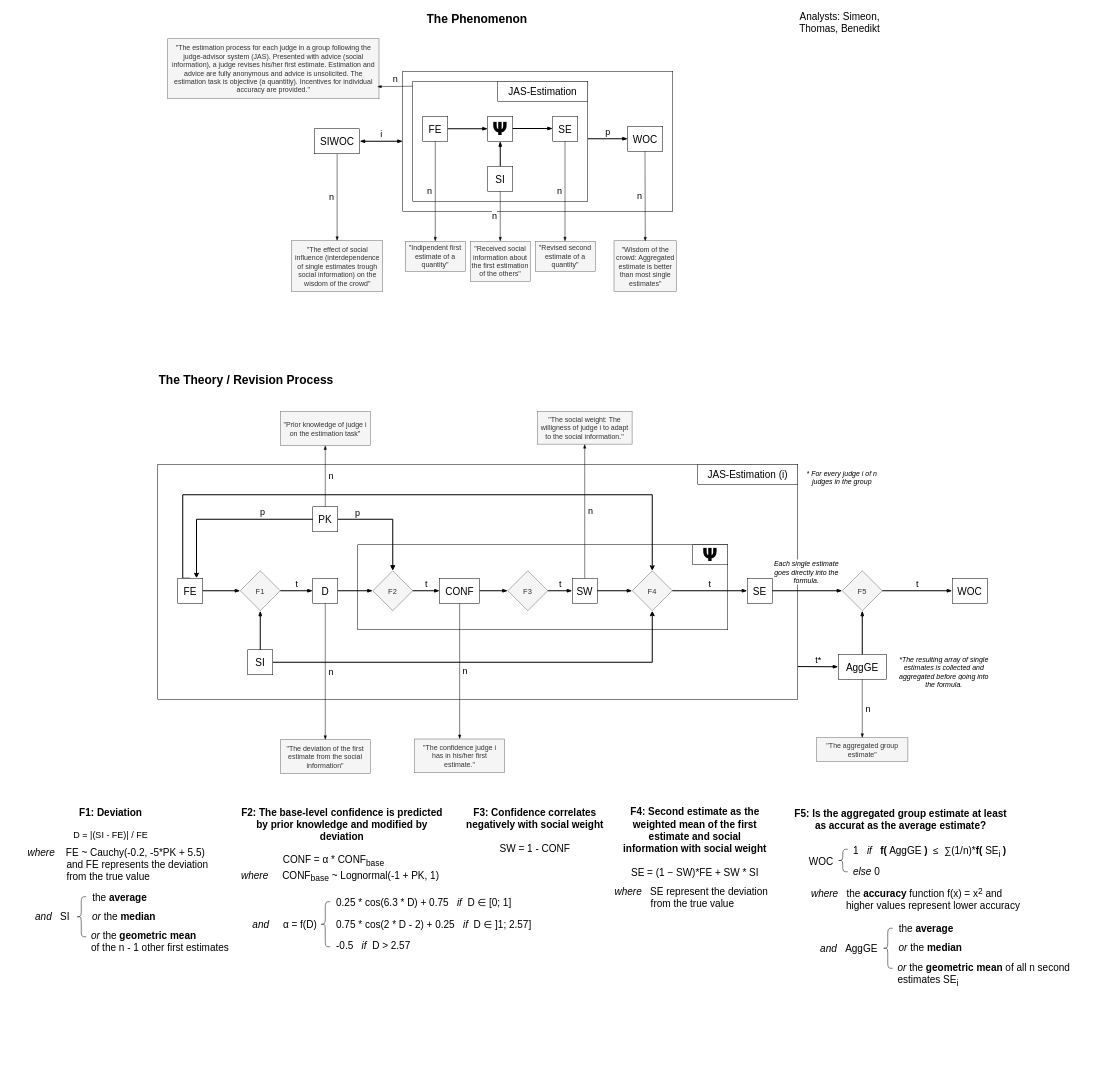
Above: VAST_Display.drawio in Cornflames/Wisdom-of-Crowd (draw.io), before the change. Source tidied: cells renumbered, new cells numbered last; positions are measured from the earlier drawing's top-left corner, leaving out a move shared by most shapes. Both pictures are drawn from the tidied source at 50%, with x=0, y=0 at pixel (8, 8).
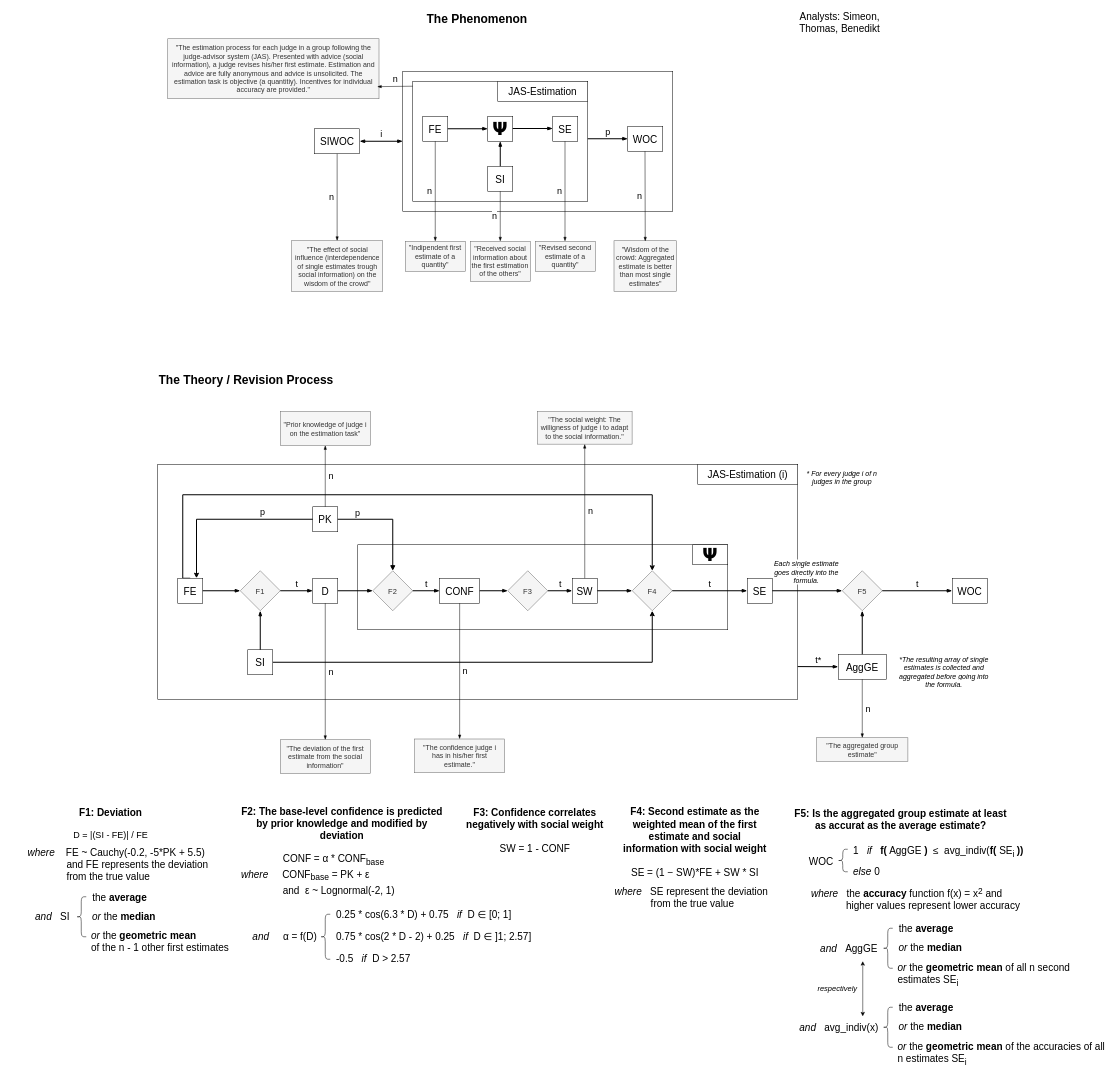
The same page after the edit.

The edit, as a diff of the source:
```diff
@@
-    <mxCell id="83" value="&lt;font style=&quot;font-size: 20px;&quot;&gt;&lt;b&gt;F2: The base-level confidence is predicted by prior knowledge and modified by deviation&lt;/b&gt;&lt;/font&gt;&lt;div style=&quot;line-height: 140%;&quot;&gt;&lt;font style=&quot;font-size: 20px;&quot;&gt;&amp;nbsp;&lt;/font&gt;&lt;div style=&quot;text-align: left;&quot;&gt;&lt;span style=&quot;font-size: 20px; line-height: 140%;&quot;&gt;&amp;nbsp; &amp;nbsp; &amp;nbsp; &amp;nbsp; &amp;nbsp; &amp;nbsp; &amp;nbsp; &amp;nbsp;CONF = &lt;/span&gt;&lt;span style=&quot;background-color: transparent; color: light-dark(rgb(0, 0, 0), rgb(255, 255, 255));&quot;&gt;&lt;font style=&quot;font-size: 20px; line-height: 140%;&quot;&gt;α * CONF&lt;sub style=&quot;line-height: 140%;&quot;&gt;base&lt;/sub&gt;&lt;/font&gt;&lt;/span&gt;&lt;/div&gt;&lt;div style=&quot;text-align: left;&quot;&gt;&lt;font style=&quot;background-color: transparent; color: light-dark(rgb(0, 0, 0), rgb(255, 255, 255)); line-height: 140%; font-size: 20px;&quot;&gt;&lt;i&gt;where&lt;/i&gt;&amp;nbsp; &amp;nbsp; &amp;nbsp;&lt;/font&gt;&lt;span style=&quot;background-color: transparent; color: light-dark(rgb(0, 0, 0), rgb(255, 255, 255)); font-size: 20px; line-height: 140%;&quot;&gt;CONF&lt;/span&gt;&lt;sub style=&quot;background-color: transparent; color: light-dark(rgb(0, 0, 0), rgb(255, 255, 255)); line-height: 140%;&quot;&gt;&lt;font style=&quot;font-size: 17px; line-height: 140%;&quot;&gt;base&lt;/font&gt;&lt;/sub&gt;&lt;span style=&quot;background-color: transparent; color: light-dark(rgb(0, 0, 0), rgb(255, 255, 255)); font-size: 20px; line-height: 140%;&quot;&gt;&amp;nbsp;&lt;/span&gt;&lt;span style=&quot;background-color: transparent; color: light-dark(rgb(0, 0, 0), rgb(255, 255, 255)); font-size: 20px; line-height: 140%;&quot;&gt;~ Lognormal(-1 + PK, 1)&lt;/span&gt;&lt;/div&gt;&lt;div style=&quot;text-align: left;&quot;&gt;&lt;span style=&quot;background-color: transparent; color: light-dark(rgb(0, 0, 0), rgb(255, 255, 255));&quot;&gt;&lt;font style=&quot;font-size: 20px; line-height: 140%;&quot;&gt;&amp;nbsp; &amp;nbsp; &amp;nbsp; &amp;nbsp; &amp;nbsp;&lt;/font&gt;&lt;/span&gt;&lt;/div&gt;&lt;/div&gt;" style="text;html=1;align=center;verticalAlign=middle;whiteSpace=wrap;rounded=0;" parent="1" vertex="1">
-      <mxGeometry x="464" y="1612" width="405" height="150" as="geometry" />
+    <mxCell id="83" value="&lt;font style=&quot;font-size: 20px;&quot;&gt;&lt;b&gt;F2: The base-level confidence is predicted by prior knowledge and modified by deviation&lt;/b&gt;&lt;/font&gt;&lt;div style=&quot;line-height: 140%;&quot;&gt;&lt;font style=&quot;font-size: 20px;&quot;&gt;&amp;nbsp;&lt;/font&gt;&lt;div style=&quot;text-align: left;&quot;&gt;&lt;span style=&quot;font-size: 20px; line-height: 140%;&quot;&gt;&amp;nbsp; &amp;nbsp; &amp;nbsp; &amp;nbsp; &amp;nbsp; &amp;nbsp; &amp;nbsp; &amp;nbsp;CONF = &lt;/span&gt;&lt;span style=&quot;background-color: transparent; color: light-dark(rgb(0, 0, 0), rgb(255, 255, 255));&quot;&gt;&lt;font style=&quot;font-size: 20px; line-height: 140%;&quot;&gt;α * CONF&lt;sub style=&quot;line-height: 140%;&quot;&gt;base&lt;/sub&gt;&lt;/font&gt;&lt;/span&gt;&lt;/div&gt;&lt;div style=&quot;text-align: left;&quot;&gt;&lt;font style=&quot;background-color: transparent; color: light-dark(rgb(0, 0, 0), rgb(255, 255, 255)); line-height: 140%; font-size: 20px;&quot;&gt;&lt;i&gt;where&lt;/i&gt;&amp;nbsp; &amp;nbsp; &amp;nbsp;&lt;/font&gt;&lt;span style=&quot;background-color: transparent; color: light-dark(rgb(0, 0, 0), rgb(255, 255, 255)); font-size: 20px; line-height: 140%;&quot;&gt;CONF&lt;/span&gt;&lt;sub style=&quot;background-color: transparent; color: light-dark(rgb(0, 0, 0), rgb(255, 255, 255)); line-height: 140%;&quot;&gt;&lt;font style=&quot;font-size: 17px; line-height: 140%;&quot;&gt;base&lt;/font&gt;&lt;/sub&gt;&lt;span style=&quot;background-color: transparent; color: light-dark(rgb(0, 0, 0), rgb(255, 255, 255)); font-size: 20px; line-height: 140%;&quot;&gt;&amp;nbsp;= PK +&lt;/span&gt;&lt;font style=&quot;font-size: 20px;&quot;&gt;&lt;span style=&quot;background-color: transparent; color: light-dark(rgb(0, 0, 0), rgb(255, 255, 255)); line-height: 140%;&quot;&gt;&amp;nbsp;&lt;/span&gt;&lt;span style=&quot;background-color: transparent; color: light-dark(rgb(0, 0, 0), rgb(255, 255, 255)); text-align: center;&quot;&gt;ε&amp;nbsp;&lt;/span&gt;&lt;/font&gt;&lt;/div&gt;&lt;div style=&quot;text-align: left;&quot;&gt;&lt;span style=&quot;background-color: transparent; color: light-dark(rgb(0, 0, 0), rgb(255, 255, 255)); font-size: 20px; line-height: 140%;&quot;&gt;&amp;nbsp; &amp;nbsp; &amp;nbsp; &amp;nbsp; &amp;nbsp; &amp;nbsp; &amp;nbsp; &amp;nbsp;and&amp;nbsp;&amp;nbsp;&lt;/span&gt;&lt;span style=&quot;background-color: transparent; color: light-dark(rgb(0, 0, 0), rgb(255, 255, 255)); text-align: center;&quot;&gt;&lt;font style=&quot;font-size: 20px;&quot;&gt;ε&amp;nbsp;&lt;/font&gt;&lt;/span&gt;&lt;span style=&quot;background-color: transparent; color: light-dark(rgb(0, 0, 0), rgb(255, 255, 255)); font-size: 20px;&quot;&gt;~ Lognormal(-2, 1)&lt;/span&gt;&lt;/div&gt;&lt;div style=&quot;text-align: left;&quot;&gt;&lt;span style=&quot;background-color: transparent; color: light-dark(rgb(0, 0, 0), rgb(255, 255, 255));&quot;&gt;&lt;font style=&quot;font-size: 20px; line-height: 140%;&quot;&gt;&amp;nbsp; &amp;nbsp; &amp;nbsp; &amp;nbsp; &amp;nbsp;&lt;/font&gt;&lt;/span&gt;&lt;/div&gt;&lt;/div&gt;" style="text;html=1;align=center;verticalAlign=middle;whiteSpace=wrap;rounded=0;" parent="1" vertex="1">
+      <mxGeometry x="464" y="1612" width="405" height="173" as="geometry" />
     </mxCell>
@@
     <mxCell id="88" style="group;" parent="1" vertex="1">
-      <mxGeometry x="469" y="1771" width="660" height="117" as="geometry" />
+      <mxGeometry x="469" y="1796" width="660" height="117" as="geometry" />
     </mxCell>
@@
-    <mxCell id="97" value="1&amp;nbsp; &amp;nbsp;&lt;i&gt;if&lt;/i&gt;&amp;nbsp; &amp;nbsp;&lt;b&gt;f(&lt;/b&gt; AggGE &lt;b&gt;)&lt;/b&gt;&amp;nbsp;&amp;nbsp;&lt;span style=&quot;background-color: transparent; color: light-dark(rgb(0, 0, 0), rgb(255, 255, 255));&quot;&gt;≤&amp;nbsp;&lt;/span&gt;&lt;span style=&quot;background-color: transparent; color: light-dark(rgb(0, 0, 0), rgb(255, 255, 255));&quot;&gt;&amp;nbsp;∑(1/n)*&lt;/span&gt;&lt;b style=&quot;background-color: transparent; color: light-dark(rgb(0, 0, 0), rgb(255, 255, 255));&quot;&gt;f(&amp;nbsp;&lt;/b&gt;&lt;span style=&quot;background-color: transparent; color: light-dark(rgb(0, 0, 0), rgb(255, 255, 255));&quot;&gt;SE&lt;/span&gt;&lt;sub style=&quot;background-color: transparent; color: light-dark(rgb(0, 0, 0), rgb(255, 255, 255));&quot;&gt;i&amp;nbsp;&lt;/sub&gt;&lt;b style=&quot;background-color: transparent; color: light-dark(rgb(0, 0, 0), rgb(255, 255, 255));&quot;&gt;)&lt;/b&gt;" style="text;html=1;align=left;verticalAlign=middle;whiteSpace=wrap;rounded=0;fontSize=20;" parent="1" vertex="1">
+    <mxCell id="97" value="1&amp;nbsp; &amp;nbsp;&lt;i&gt;if&lt;/i&gt;&amp;nbsp; &amp;nbsp;&lt;b&gt;f(&lt;/b&gt; AggGE &lt;b&gt;)&lt;/b&gt;&amp;nbsp;&amp;nbsp;&lt;span style=&quot;background-color: transparent; color: light-dark(rgb(0, 0, 0), rgb(255, 255, 255));&quot;&gt;≤&amp;nbsp;&lt;/span&gt;&lt;span style=&quot;background-color: transparent; color: light-dark(rgb(0, 0, 0), rgb(255, 255, 255));&quot;&gt;&amp;nbsp;avg_indiv(&lt;/span&gt;&lt;b style=&quot;background-color: transparent; color: light-dark(rgb(0, 0, 0), rgb(255, 255, 255));&quot;&gt;f(&amp;nbsp;&lt;/b&gt;&lt;span style=&quot;background-color: transparent; color: light-dark(rgb(0, 0, 0), rgb(255, 255, 255));&quot;&gt;SE&lt;/span&gt;&lt;sub style=&quot;background-color: transparent; color: light-dark(rgb(0, 0, 0), rgb(255, 255, 255));&quot;&gt;i&amp;nbsp;&lt;/sub&gt;&lt;b style=&quot;background-color: transparent; color: light-dark(rgb(0, 0, 0), rgb(255, 255, 255));&quot;&gt;))&lt;/b&gt;" style="text;html=1;align=left;verticalAlign=middle;whiteSpace=wrap;rounded=0;fontSize=20;" parent="1" vertex="1">
       <mxGeometry x="1687" y="1671" width="361" height="30" as="geometry" />
     </mxCell>
@@
+    <mxCell id="114" style="group;" parent="1" vertex="1">
+      <mxGeometry x="1613" y="1982" width="580" height="108" as="geometry" />
+    </mxCell>
+    <mxCell id="115" value="&lt;i&gt;and&amp;nbsp; &amp;nbsp;&lt;/i&gt;avg_indiv(x)" style="text;html=1;align=center;verticalAlign=middle;whiteSpace=wrap;rounded=0;fontSize=20;" parent="114" vertex="1">
+      <mxGeometry x="-40" y="39" width="175" height="30" as="geometry" />
+    </mxCell>
+    <mxCell id="116" style="shape=curlyBracket;whiteSpace=wrap;html=1;rounded=1;labelPosition=left;verticalLabelPosition=middle;align=right;verticalAlign=middle;" parent="114" vertex="1">
+      <mxGeometry x="135" y="15" width="20" height="80" as="geometry" />
+    </mxCell>
+    <mxCell id="117" value="the &lt;b&gt;average&lt;/b&gt;" style="text;html=1;align=center;verticalAlign=middle;whiteSpace=wrap;rounded=0;fontSize=20;" parent="114" vertex="1">
+      <mxGeometry x="165" width="114" height="30" as="geometry" />
+    </mxCell>
+    <mxCell id="118" value="&lt;i&gt;or&lt;/i&gt; the &lt;b&gt;median&lt;/b&gt;" style="text;html=1;align=center;verticalAlign=middle;whiteSpace=wrap;rounded=0;fontSize=20;" parent="114" vertex="1">
+      <mxGeometry x="158" y="38" width="145" height="30" as="geometry" />
+    </mxCell>
+    <mxCell id="119" value="&lt;i&gt;or&lt;/i&gt; the &lt;b&gt;geometric mean&lt;/b&gt; of the accuracies of all n estimates SE&lt;sub&gt;i&lt;/sub&gt;" style="text;html=1;align=left;verticalAlign=middle;whiteSpace=wrap;rounded=0;fontSize=20;" parent="114" vertex="1">
+      <mxGeometry x="163" y="93" width="426" height="30" as="geometry" />
+    </mxCell>
+    <mxCell id="120" style="endArrow=classic;startArrow=classic;html=1;rounded=0;" parent="114" edge="1">
+      <mxGeometry relative="1" as="geometry">
+        <mxPoint x="95" y="33" as="sourcePoint" />
+        <mxPoint x="95" y="-77" as="targetPoint" />
+      </mxGeometry>
+    </mxCell>
+    <mxCell id="121" value="&lt;i&gt;respectively&lt;/i&gt;" style="text;html=1;align=center;verticalAlign=middle;whiteSpace=wrap;rounded=0;fontSize=15;" parent="1" vertex="1">
+      <mxGeometry x="1621" y="1944" width="73" height="30" as="geometry" />
+    </mxCell>
```
